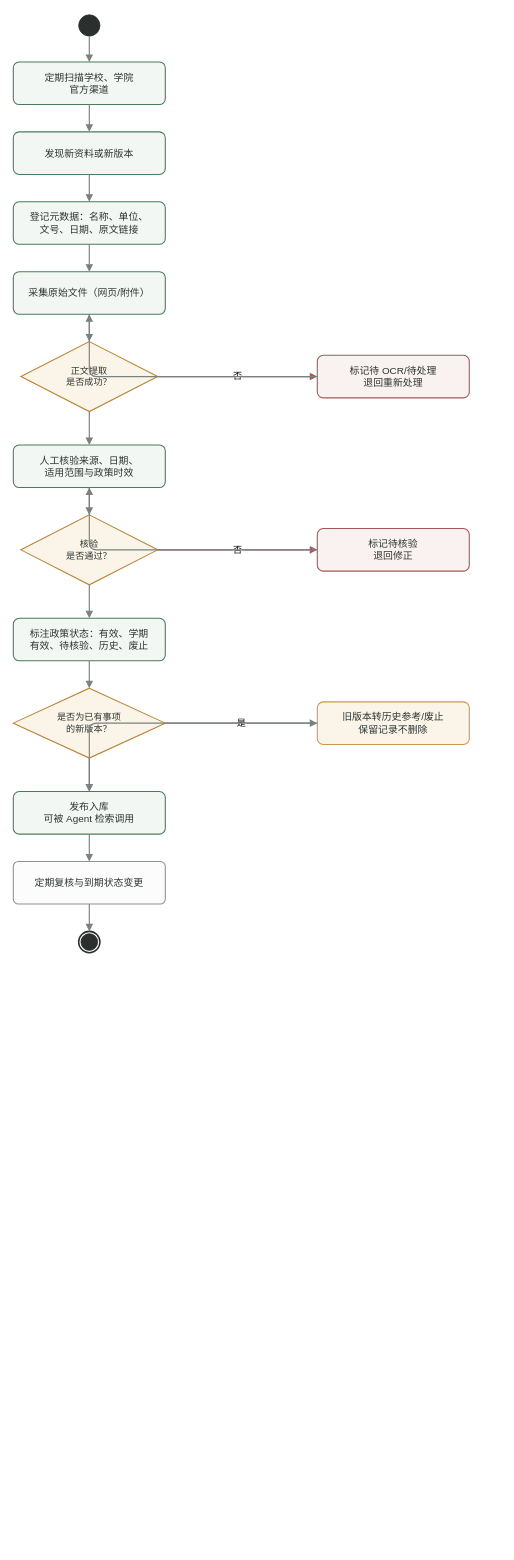
yz-Yezi-Genm/CodeMind-FZU keeps this draw.io diagram as docs/assignment-02/system-design/diagrams/business-process/知识库维护业务流程_v1.drawio. Above is the earlier version. Source tidied: cells renumbered, new cells numbered last; positions are measured from the earlier drawing's top-left corner, leaving out a move shared by most shapes. Both pictures are drawn from the tidied source at 76%, with x=0, y=0 at pixel (13, 14).
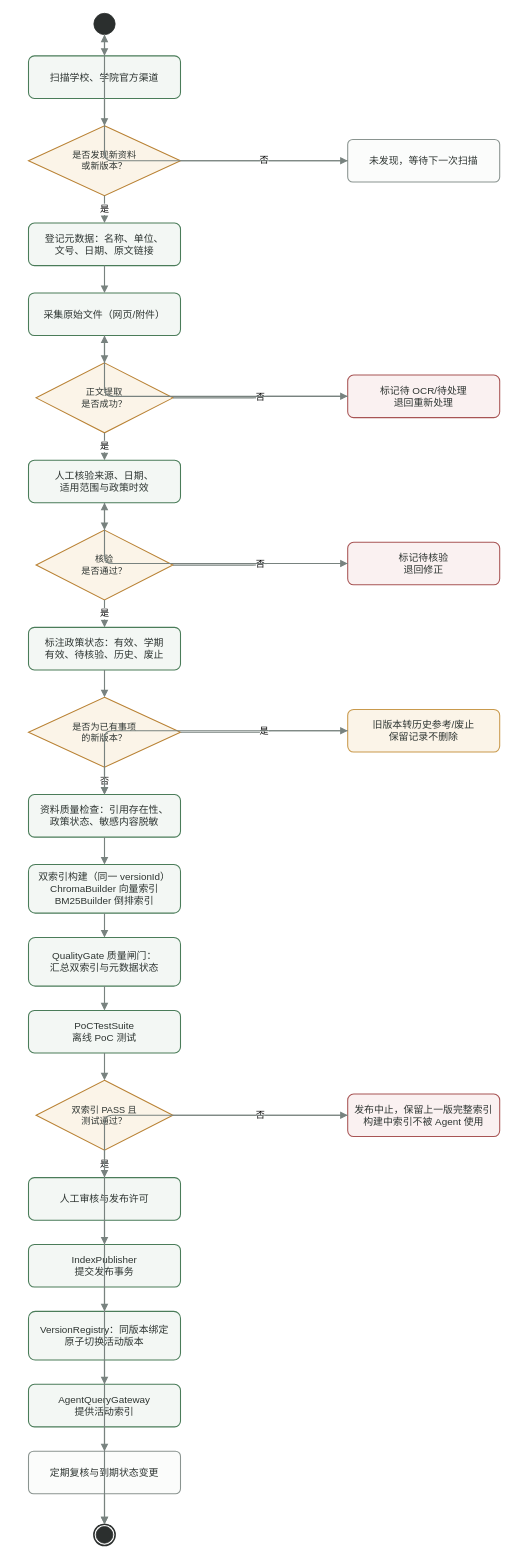
The same page after the edit.

The edit, as a diff of the source:
```diff
@@
     <mxCell id="2" style="ellipse;whiteSpace=wrap;html=1;fillColor=#2b2f2e;strokeColor=#2b2f2e;" parent="1" vertex="1">
-      <mxGeometry x="86" width="28" height="28" as="geometry" />
+      <mxGeometry x="106" y="-2" width="28" height="28" as="geometry" />
     </mxCell>
-    <mxCell id="3" value="定期扫描学校、学院&#10;官方渠道" style="rounded=1;whiteSpace=wrap;html=1;arcSize=14;fillColor=#f3f7f4;strokeColor=#4a7c59;fontColor=#2e3532;fontSize=13;strokeWidth=1.4;" parent="1" vertex="1">
-      <mxGeometry y="62" width="200" height="56" as="geometry" />
+    <mxCell id="3" value="扫描学校、学院官方渠道" style="rounded=1;whiteSpace=wrap;html=1;arcSize=14;fillColor=#f3f7f4;strokeColor=#4a7c59;fontColor=#2e3532;fontSize=13;strokeWidth=1.4;" parent="1" vertex="1">
+      <mxGeometry x="20" y="54" width="200" height="56" as="geometry" />
     </mxCell>
+    <mxCell id="37" value="是否发现新资料&#10;或新版本？" style="rhombus;whiteSpace=wrap;html=1;fillColor=#fbf4e8;strokeColor=#b98234;fontColor=#2e3532;fontSize=12;strokeWidth=1.4;" parent="1" vertex="1">
+      <mxGeometry x="20" y="146" width="200" height="92" as="geometry" />
+    </mxCell>
+    <mxCell id="38" value="未发现，等待下一次扫描" style="rounded=1;whiteSpace=wrap;html=1;arcSize=12;fillColor=#fbfcfb;strokeColor=#8a9490;fontColor=#2e3532;fontSize=13;strokeWidth=1.4;" parent="1" vertex="1">
+      <mxGeometry x="440" y="164" width="200" height="56" as="geometry" />
+    </mxCell>
-    <mxCell id="4" value="发现新资料或新版本" style="rounded=1;whiteSpace=wrap;html=1;arcSize=14;fillColor=#f3f7f4;strokeColor=#4a7c59;fontColor=#2e3532;fontSize=13;strokeWidth=1.4;" parent="1" vertex="1">
-      <mxGeometry y="154" width="200" height="56" as="geometry" />
+    <mxCell id="4" value="登记元数据：名称、单位、&#10;文号、日期、原文链接" style="rounded=1;whiteSpace=wrap;html=1;arcSize=14;fillColor=#f3f7f4;strokeColor=#4a7c59;fontColor=#2e3532;fontSize=13;strokeWidth=1.4;" parent="1" vertex="1">
+      <mxGeometry x="20" y="274" width="200" height="56" as="geometry" />
     </mxCell>
-    <mxCell id="5" value="登记元数据：名称、单位、&#10;文号、日期、原文链接" style="rounded=1;whiteSpace=wrap;html=1;arcSize=14;fillColor=#f3f7f4;strokeColor=#4a7c59;fontColor=#2e3532;fontSize=13;strokeWidth=1.4;" parent="1" vertex="1">
-      <mxGeometry y="246" width="200" height="56" as="geometry" />
+    <mxCell id="5" value="采集原始文件（网页/附件）" style="rounded=1;whiteSpace=wrap;html=1;arcSize=14;fillColor=#f3f7f4;strokeColor=#4a7c59;fontColor=#2e3532;fontSize=13;strokeWidth=1.4;" parent="1" vertex="1">
+      <mxGeometry x="20" y="366" width="200" height="56" as="geometry" />
     </mxCell>
-    <mxCell id="6" value="采集原始文件（网页/附件）" style="rounded=1;whiteSpace=wrap;html=1;arcSize=14;fillColor=#f3f7f4;strokeColor=#4a7c59;fontColor=#2e3532;fontSize=13;strokeWidth=1.4;" parent="1" vertex="1">
-      <mxGeometry y="338" width="200" height="56" as="geometry" />
-    </mxCell>
     <mxCell id="7" value="正文提取&#10;是否成功？" style="rhombus;whiteSpace=wrap;html=1;fillColor=#fbf4e8;strokeColor=#b98234;fontColor=#2e3532;fontSize=12;strokeWidth=1.4;" parent="1" vertex="1">
-      <mxGeometry x="10" y="430" width="180" height="92" as="geometry" />
+      <mxGeometry x="30" y="458" width="180" height="92" as="geometry" />
     </mxCell>
     <mxCell id="8" value="标记待 OCR/待处理&#10;退回重新处理" style="rounded=1;whiteSpace=wrap;html=1;arcSize=14;fillColor=#faf1f1;strokeColor=#a85555;fontColor=#2e3532;fontSize=13;strokeWidth=1.4;" parent="1" vertex="1">
-      <mxGeometry x="400" y="448" width="200" height="56" as="geometry" />
+      <mxGeometry x="440" y="474" width="200" height="56" as="geometry" />
     </mxCell>
     <mxCell id="9" value="人工核验来源、日期、&#10;适用范围与政策时效" style="rounded=1;whiteSpace=wrap;html=1;arcSize=14;fillColor=#f3f7f4;strokeColor=#4a7c59;fontColor=#2e3532;fontSize=13;strokeWidth=1.4;" parent="1" vertex="1">
-      <mxGeometry y="566" width="200" height="56" as="geometry" />
+      <mxGeometry x="20" y="586" width="200" height="56" as="geometry" />
     </mxCell>
     <mxCell id="10" value="核验&#10;是否通过？" style="rhombus;whiteSpace=wrap;html=1;fillColor=#fbf4e8;strokeColor=#b98234;fontColor=#2e3532;fontSize=12;strokeWidth=1.4;" parent="1" vertex="1">
-      <mxGeometry x="10" y="658" width="180" height="92" as="geometry" />
+      <mxGeometry x="30" y="678" width="180" height="92" as="geometry" />
     </mxCell>
     <mxCell id="11" value="标记待核验&#10;退回修正" style="rounded=1;whiteSpace=wrap;html=1;arcSize=14;fillColor=#faf1f1;strokeColor=#a85555;fontColor=#2e3532;fontSize=13;strokeWidth=1.4;" parent="1" vertex="1">
-      <mxGeometry x="400" y="676" width="200" height="56" as="geometry" />
+      <mxGeometry x="440" y="694" width="200" height="56" as="geometry" />
     </mxCell>
     <mxCell id="12" value="标注政策状态：有效、学期&#10;有效、待核验、历史、废止" style="rounded=1;whiteSpace=wrap;html=1;arcSize=14;fillColor=#f3f7f4;strokeColor=#4a7c59;fontColor=#2e3532;fontSize=13;strokeWidth=1.4;" parent="1" vertex="1">
-      <mxGeometry y="794" width="200" height="56" as="geometry" />
+      <mxGeometry x="20" y="806" width="200" height="56" as="geometry" />
     </mxCell>
     <mxCell id="13" value="是否为已有事项&#10;的新版本？" style="rhombus;whiteSpace=wrap;html=1;fillColor=#fbf4e8;strokeColor=#b98234;fontColor=#2e3532;fontSize=12;strokeWidth=1.4;" parent="1" vertex="1">
-      <mxGeometry y="886" width="200" height="92" as="geometry" />
+      <mxGeometry x="20" y="898" width="200" height="92" as="geometry" />
     </mxCell>
     <mxCell id="14" value="旧版本转历史参考/废止&#10;保留记录不删除" style="rounded=1;whiteSpace=wrap;html=1;arcSize=14;fillColor=#fbf4e8;strokeColor=#c99a4d;fontColor=#2e3532;fontSize=13;strokeWidth=1.4;" parent="1" vertex="1">
-      <mxGeometry x="400" y="904" width="200" height="56" as="geometry" />
+      <mxGeometry x="440" y="914" width="200" height="56" as="geometry" />
     </mxCell>
-    <mxCell id="15" value="发布入库&#10;可被 Agent 检索调用" style="rounded=1;whiteSpace=wrap;html=1;arcSize=14;fillColor=#f3f7f4;strokeColor=#4a7c59;fontColor=#2e3532;fontSize=13;strokeWidth=1.4;" parent="1" vertex="1">
-      <mxGeometry y="1022" width="200" height="56" as="geometry" />
+    <mxCell id="15" value="资料质量检查：引用存在性、&#10;政策状态、敏感内容脱敏" style="rounded=1;whiteSpace=wrap;html=1;arcSize=14;fillColor=#f3f7f4;strokeColor=#4a7c59;fontColor=#2e3532;fontSize=13;strokeWidth=1.4;" parent="1" vertex="1">
+      <mxGeometry x="20" y="1026" width="200" height="56" as="geometry" />
     </mxCell>
+    <mxCell id="39" value="双索引构建（同一 versionId）&#10;ChromaBuilder 向量索引&#10;BM25Builder 倒排索引" style="rounded=1;whiteSpace=wrap;html=1;arcSize=14;fillColor=#f3f7f4;strokeColor=#4a7c59;fontColor=#2e3532;fontSize=13;strokeWidth=1.4;" parent="1" vertex="1">
+      <mxGeometry x="20" y="1118" width="200" height="64" as="geometry" />
+    </mxCell>
+    <mxCell id="40" value="QualityGate 质量闸门：&#10;汇总双索引与元数据状态" style="rounded=1;whiteSpace=wrap;html=1;arcSize=14;fillColor=#f3f7f4;strokeColor=#4a7c59;fontColor=#2e3532;fontSize=13;strokeWidth=1.4;" parent="1" vertex="1">
+      <mxGeometry x="20" y="1214" width="200" height="64" as="geometry" />
+    </mxCell>
+    <mxCell id="41" value="PoCTestSuite&#10;离线 PoC 测试" style="rounded=1;whiteSpace=wrap;html=1;arcSize=14;fillColor=#f3f7f4;strokeColor=#4a7c59;fontColor=#2e3532;fontSize=13;strokeWidth=1.4;" parent="1" vertex="1">
+      <mxGeometry x="20" y="1310" width="200" height="56" as="geometry" />
+    </mxCell>
+    <mxCell id="42" value="双索引 PASS 且&#10;测试通过？" style="rhombus;whiteSpace=wrap;html=1;fillColor=#fbf4e8;strokeColor=#b98234;fontColor=#2e3532;fontSize=12;strokeWidth=1.4;" parent="1" vertex="1">
+      <mxGeometry x="30" y="1402" width="180" height="92" as="geometry" />
+    </mxCell>
+    <mxCell id="43" value="发布中止，保留上一版完整索引&#10;构建中索引不被 Agent 使用" style="rounded=1;whiteSpace=wrap;html=1;arcSize=14;fillColor=#faf1f1;strokeColor=#a85555;fontColor=#2e3532;fontSize=13;strokeWidth=1.4;" parent="1" vertex="1">
+      <mxGeometry x="440" y="1420" width="200" height="56" as="geometry" />
+    </mxCell>
+    <mxCell id="44" value="人工审核与发布许可" style="rounded=1;whiteSpace=wrap;html=1;arcSize=14;fillColor=#f3f7f4;strokeColor=#4a7c59;fontColor=#2e3532;fontSize=13;strokeWidth=1.4;" parent="1" vertex="1">
+      <mxGeometry x="20" y="1530" width="200" height="56" as="geometry" />
+    </mxCell>
+    <mxCell id="45" value="IndexPublisher&#10;提交发布事务" style="rounded=1;whiteSpace=wrap;html=1;arcSize=14;fillColor=#f3f7f4;strokeColor=#4a7c59;fontColor=#2e3532;fontSize=13;strokeWidth=1.4;" parent="1" vertex="1">
+      <mxGeometry x="20" y="1618" width="200" height="56" as="geometry" />
+    </mxCell>
+    <mxCell id="46" value="VersionRegistry：同版本绑定&#10;原子切换活动版本" style="rounded=1;whiteSpace=wrap;html=1;arcSize=14;fillColor=#f3f7f4;strokeColor=#4a7c59;fontColor=#2e3532;fontSize=13;strokeWidth=1.4;" parent="1" vertex="1">
+      <mxGeometry x="20" y="1706" width="200" height="64" as="geometry" />
+    </mxCell>
+    <mxCell id="47" value="AgentQueryGateway&#10;提供活动索引" style="rounded=1;whiteSpace=wrap;html=1;arcSize=14;fillColor=#f3f7f4;strokeColor=#4a7c59;fontColor=#2e3532;fontSize=13;strokeWidth=1.4;" parent="1" vertex="1">
+      <mxGeometry x="20" y="1802" width="200" height="56" as="geometry" />
+    </mxCell>
     <mxCell id="16" value="定期复核与到期状态变更" style="rounded=1;whiteSpace=wrap;html=1;arcSize=12;fillColor=#fbfcfb;strokeColor=#8a9490;fontColor=#2e3532;fontSize=13;strokeWidth=1.4;" parent="1" vertex="1">
-      <mxGeometry y="1114" width="200" height="56" as="geometry" />
+      <mxGeometry x="20" y="1890" width="200" height="56" as="geometry" />
     </mxCell>
     <mxCell id="17" style="ellipse;whiteSpace=wrap;html=1;fillColor=#ffffff;strokeColor=#2b2f2e;strokeWidth=2;" parent="1" vertex="1">
-      <mxGeometry x="86" y="1206" width="28" height="28" as="geometry" />
+      <mxGeometry x="106" y="1986" width="28" height="28" as="geometry" />
     </mxCell>
     <mxCell id="18" style="ellipse;whiteSpace=wrap;html=1;fillColor=#2b2f2e;strokeColor=#2b2f2e;" parent="1" vertex="1">
-      <mxGeometry x="89" y="1209" width="22" height="22" as="geometry" />
+      <mxGeometry x="109" y="1989" width="22" height="22" as="geometry" />
     </mxCell>
@@
-    <mxCell id="20" style="edgeStyle=orthogonalEdgeStyle;rounded=1;jettySize=auto;html=1;strokeColor=#78827f;strokeWidth=1.5;dashed=0;endArrow=block;endFill=1;fontSize=12;labelBackgroundColor=#ffffff;" parent="1" edge="1" source="3" target="4">
+    <mxCell id="20" style="edgeStyle=orthogonalEdgeStyle;rounded=1;jettySize=auto;html=1;strokeColor=#78827f;strokeWidth=1.5;dashed=0;endArrow=block;endFill=1;fontSize=12;labelBackgroundColor=#ffffff;" parent="1" edge="1" source="3" target="37">
       <mxGeometry relative="1" as="geometry" />
     </mxCell>
-    <mxCell id="21" style="edgeStyle=orthogonalEdgeStyle;rounded=1;jettySize=auto;html=1;strokeColor=#78827f;strokeWidth=1.5;dashed=0;endArrow=block;endFill=1;fontSize=12;labelBackgroundColor=#ffffff;" parent="1" edge="1" source="4" target="5">
+    <mxCell id="21" value="否" style="edgeStyle=orthogonalEdgeStyle;rounded=1;jettySize=auto;html=1;strokeColor=#78827f;strokeWidth=1.5;dashed=0;endArrow=block;endFill=1;fontSize=12;labelBackgroundColor=#ffffff;" parent="1" edge="1" source="37" target="38">
       <mxGeometry relative="1" as="geometry" />
     </mxCell>
-    <mxCell id="22" style="edgeStyle=orthogonalEdgeStyle;rounded=1;jettySize=auto;html=1;strokeColor=#78827f;strokeWidth=1.5;dashed=0;endArrow=block;endFill=1;fontSize=12;labelBackgroundColor=#ffffff;" parent="1" edge="1" source="5" target="6">
+    <mxCell id="22" style="edgeStyle=orthogonalEdgeStyle;rounded=1;jettySize=auto;html=1;strokeColor=#78827f;strokeWidth=1.5;dashed=0;endArrow=block;endFill=1;fontSize=12;labelBackgroundColor=#ffffff;" parent="1" edge="1" source="38" target="2">
       <mxGeometry relative="1" as="geometry" />
     </mxCell>
-    <mxCell id="23" style="edgeStyle=orthogonalEdgeStyle;rounded=1;jettySize=auto;html=1;strokeColor=#78827f;strokeWidth=1.5;dashed=0;endArrow=block;endFill=1;fontSize=12;labelBackgroundColor=#ffffff;" parent="1" edge="1" source="6" target="7">
+    <mxCell id="23" value="是" style="edgeStyle=orthogonalEdgeStyle;rounded=1;jettySize=auto;html=1;strokeColor=#78827f;strokeWidth=1.5;dashed=0;endArrow=block;endFill=1;fontSize=12;labelBackgroundColor=#ffffff;" parent="1" edge="1" source="37" target="4">
       <mxGeometry relative="1" as="geometry" />
     </mxCell>
-    <mxCell id="24" value="否" style="edgeStyle=orthogonalEdgeStyle;rounded=1;jettySize=auto;html=1;strokeColor=#a85555;strokeWidth=1.5;dashed=0;endArrow=block;endFill=1;fontSize=12;labelBackgroundColor=#ffffff;" parent="1" edge="1" source="7" target="8">
+    <mxCell id="24" style="edgeStyle=orthogonalEdgeStyle;rounded=1;jettySize=auto;html=1;strokeColor=#78827f;strokeWidth=1.5;dashed=0;endArrow=block;endFill=1;fontSize=12;labelBackgroundColor=#ffffff;" parent="1" edge="1" source="4" target="5">
       <mxGeometry relative="1" as="geometry" />
     </mxCell>
-    <mxCell id="25" style="edgeStyle=orthogonalEdgeStyle;rounded=1;jettySize=auto;html=1;strokeColor=#78827f;strokeWidth=1.5;dashed=0;endArrow=block;endFill=1;fontSize=12;labelBackgroundColor=#ffffff;" parent="1" edge="1" source="8" target="6">
+    <mxCell id="25" style="edgeStyle=orthogonalEdgeStyle;rounded=1;jettySize=auto;html=1;strokeColor=#78827f;strokeWidth=1.5;dashed=0;endArrow=block;endFill=1;fontSize=12;labelBackgroundColor=#ffffff;" parent="1" edge="1" source="5" target="7">
       <mxGeometry relative="1" as="geometry" />
     </mxCell>
-    <mxCell id="26" style="edgeStyle=orthogonalEdgeStyle;rounded=1;jettySize=auto;html=1;strokeColor=#78827f;strokeWidth=1.5;dashed=0;endArrow=block;endFill=1;fontSize=12;labelBackgroundColor=#ffffff;" parent="1" edge="1" source="7" target="9">
+    <mxCell id="26" value="否" style="edgeStyle=orthogonalEdgeStyle;rounded=1;jettySize=auto;html=1;strokeColor=#78827f;strokeWidth=1.5;dashed=0;endArrow=block;endFill=1;fontSize=12;labelBackgroundColor=#ffffff;" parent="1" edge="1" source="7" target="8">
       <mxGeometry relative="1" as="geometry" />
     </mxCell>
-    <mxCell id="27" style="edgeStyle=orthogonalEdgeStyle;rounded=1;jettySize=auto;html=1;strokeColor=#78827f;strokeWidth=1.5;dashed=0;endArrow=block;endFill=1;fontSize=12;labelBackgroundColor=#ffffff;" parent="1" edge="1" source="9" target="10">
+    <mxCell id="27" style="edgeStyle=orthogonalEdgeStyle;rounded=1;jettySize=auto;html=1;strokeColor=#78827f;strokeWidth=1.5;dashed=0;endArrow=block;endFill=1;fontSize=12;labelBackgroundColor=#ffffff;" parent="1" edge="1" source="8" target="5">
       <mxGeometry relative="1" as="geometry" />
     </mxCell>
-    <mxCell id="28" value="否" style="edgeStyle=orthogonalEdgeStyle;rounded=1;jettySize=auto;html=1;strokeColor=#a85555;strokeWidth=1.5;dashed=0;endArrow=block;endFill=1;fontSize=12;labelBackgroundColor=#ffffff;" parent="1" edge="1" source="10" target="11">
+    <mxCell id="28" value="是" style="edgeStyle=orthogonalEdgeStyle;rounded=1;jettySize=auto;html=1;strokeColor=#78827f;strokeWidth=1.5;dashed=0;endArrow=block;endFill=1;fontSize=12;labelBackgroundColor=#ffffff;" parent="1" edge="1" source="7" target="9">
       <mxGeometry relative="1" as="geometry" />
     </mxCell>
-    <mxCell id="29" style="edgeStyle=orthogonalEdgeStyle;rounded=1;jettySize=auto;html=1;strokeColor=#78827f;strokeWidth=1.5;dashed=0;endArrow=block;endFill=1;fontSize=12;labelBackgroundColor=#ffffff;" parent="1" edge="1" source="11" target="9">
+    <mxCell id="29" style="edgeStyle=orthogonalEdgeStyle;rounded=1;jettySize=auto;html=1;strokeColor=#78827f;strokeWidth=1.5;dashed=0;endArrow=block;endFill=1;fontSize=12;labelBackgroundColor=#ffffff;" parent="1" edge="1" source="9" target="10">
       <mxGeometry relative="1" as="geometry" />
     </mxCell>
-    <mxCell id="30" style="edgeStyle=orthogonalEdgeStyle;rounded=1;jettySize=auto;html=1;strokeColor=#78827f;strokeWidth=1.5;dashed=0;endArrow=block;endFill=1;fontSize=12;labelBackgroundColor=#ffffff;" parent="1" edge="1" source="10" target="12">
+    <mxCell id="30" value="否" style="edgeStyle=orthogonalEdgeStyle;rounded=1;jettySize=auto;html=1;strokeColor=#78827f;strokeWidth=1.5;dashed=0;endArrow=block;endFill=1;fontSize=12;labelBackgroundColor=#ffffff;" parent="1" edge="1" source="10" target="11">
       <mxGeometry relative="1" as="geometry" />
     </mxCell>
-    <mxCell id="31" style="edgeStyle=orthogonalEdgeStyle;rounded=1;jettySize=auto;html=1;strokeColor=#78827f;strokeWidth=1.5;dashed=0;endArrow=block;endFill=1;fontSize=12;labelBackgroundColor=#ffffff;" parent="1" edge="1" source="12" target="13">
+    <mxCell id="31" style="edgeStyle=orthogonalEdgeStyle;rounded=1;jettySize=auto;html=1;strokeColor=#78827f;strokeWidth=1.5;dashed=0;endArrow=block;endFill=1;fontSize=12;labelBackgroundColor=#ffffff;" parent="1" edge="1" source="11" target="9">
       <mxGeometry relative="1" as="geometry" />
     </mxCell>
-    <mxCell id="32" value="是" style="edgeStyle=orthogonalEdgeStyle;rounded=1;jettySize=auto;html=1;strokeColor=#78827f;strokeWidth=1.5;dashed=0;endArrow=block;endFill=1;fontSize=12;labelBackgroundColor=#ffffff;" parent="1" edge="1" source="13" target="14">
+    <mxCell id="32" value="是" style="edgeStyle=orthogonalEdgeStyle;rounded=1;jettySize=auto;html=1;strokeColor=#78827f;strokeWidth=1.5;dashed=0;endArrow=block;endFill=1;fontSize=12;labelBackgroundColor=#ffffff;" parent="1" edge="1" source="10" target="12">
       <mxGeometry relative="1" as="geometry" />
     </mxCell>
-    <mxCell id="33" style="edgeStyle=orthogonalEdgeStyle;rounded=1;jettySize=auto;html=1;strokeColor=#78827f;strokeWidth=1.5;dashed=0;endArrow=block;endFill=1;fontSize=12;labelBackgroundColor=#ffffff;" parent="1" edge="1" source="13" target="15">
+    <mxCell id="33" style="edgeStyle=orthogonalEdgeStyle;rounded=1;jettySize=auto;html=1;strokeColor=#78827f;strokeWidth=1.5;dashed=0;endArrow=block;endFill=1;fontSize=12;labelBackgroundColor=#ffffff;" parent="1" edge="1" source="12" target="13">
       <mxGeometry relative="1" as="geometry" />
     </mxCell>
-    <mxCell id="34" style="edgeStyle=orthogonalEdgeStyle;rounded=1;jettySize=auto;html=1;strokeColor=#78827f;strokeWidth=1.5;dashed=0;endArrow=block;endFill=1;fontSize=12;labelBackgroundColor=#ffffff;" parent="1" edge="1" source="14" target="15">
+    <mxCell id="34" value="是" style="edgeStyle=orthogonalEdgeStyle;rounded=1;jettySize=auto;html=1;strokeColor=#78827f;strokeWidth=1.5;dashed=0;endArrow=block;endFill=1;fontSize=12;labelBackgroundColor=#ffffff;" parent="1" edge="1" source="13" target="14">
       <mxGeometry relative="1" as="geometry" />
     </mxCell>
-    <mxCell id="35" style="edgeStyle=orthogonalEdgeStyle;rounded=1;jettySize=auto;html=1;strokeColor=#78827f;strokeWidth=1.5;dashed=0;endArrow=block;endFill=1;fontSize=12;labelBackgroundColor=#ffffff;" parent="1" edge="1" source="15" target="16">
+    <mxCell id="35" value="否" style="edgeStyle=orthogonalEdgeStyle;rounded=1;jettySize=auto;html=1;strokeColor=#78827f;strokeWidth=1.5;dashed=0;endArrow=block;endFill=1;fontSize=12;labelBackgroundColor=#ffffff;" parent="1" edge="1" source="13" target="15">
       <mxGeometry relative="1" as="geometry" />
     </mxCell>
-    <mxCell id="36" style="edgeStyle=orthogonalEdgeStyle;rounded=1;jettySize=auto;html=1;strokeColor=#78827f;strokeWidth=1.5;dashed=0;endArrow=block;endFill=1;fontSize=12;labelBackgroundColor=#ffffff;" parent="1" edge="1" source="16" target="17">
+    <mxCell id="36" style="edgeStyle=orthogonalEdgeStyle;rounded=1;jettySize=auto;html=1;strokeColor=#78827f;strokeWidth=1.5;dashed=0;endArrow=block;endFill=1;fontSize=12;labelBackgroundColor=#ffffff;" parent="1" edge="1" source="14" target="15">
       <mxGeometry relative="1" as="geometry" />
     </mxCell>
+    <mxCell id="48" style="edgeStyle=orthogonalEdgeStyle;rounded=1;jettySize=auto;html=1;strokeColor=#78827f;strokeWidth=1.5;dashed=0;endArrow=block;endFill=1;fontSize=12;labelBackgroundColor=#ffffff;" parent="1" edge="1" source="15" target="39">
+      <mxGeometry relative="1" as="geometry" />
+    </mxCell>
+    <mxCell id="49" style="edgeStyle=orthogonalEdgeStyle;rounded=1;jettySize=auto;html=1;strokeColor=#78827f;strokeWidth=1.5;dashed=0;endArrow=block;endFill=1;fontSize=12;labelBackgroundColor=#ffffff;" parent="1" edge="1" source="39" target="40">
+      <mxGeometry relative="1" as="geometry" />
+    </mxCell>
+    <mxCell id="50" style="edgeStyle=orthogonalEdgeStyle;rounded=1;jettySize=auto;html=1;strokeColor=#78827f;strokeWidth=1.5;dashed=0;endArrow=block;endFill=1;fontSize=12;labelBackgroundColor=#ffffff;" parent="1" edge="1" source="40" target="41">
+      <mxGeometry relative="1" as="geometry" />
+    </mxCell>
+    <mxCell id="51" style="edgeStyle=orthogonalEdgeStyle;rounded=1;jettySize=auto;html=1;strokeColor=#78827f;strokeWidth=1.5;dashed=0;endArrow=block;endFill=1;fontSize=12;labelBackgroundColor=#ffffff;" parent="1" edge="1" source="41" target="42">
+      <mxGeometry relative="1" as="geometry" />
+    </mxCell>
+    <mxCell id="52" value="是" style="edgeStyle=orthogonalEdgeStyle;rounded=1;jettySize=auto;html=1;strokeColor=#78827f;strokeWidth=1.5;dashed=0;endArrow=block;endFill=1;fontSize=12;labelBackgroundColor=#ffffff;" parent="1" edge="1" source="42" target="44">
+      <mxGeometry relative="1" as="geometry" />
+    </mxCell>
+    <mxCell id="53" value="否" style="edgeStyle=orthogonalEdgeStyle;rounded=1;jettySize=auto;html=1;strokeColor=#78827f;strokeWidth=1.5;dashed=0;endArrow=block;endFill=1;fontSize=12;labelBackgroundColor=#ffffff;" parent="1" edge="1" source="42" target="43">
+      <mxGeometry relative="1" as="geometry" />
+    </mxCell>
+    <mxCell id="54" style="edgeStyle=orthogonalEdgeStyle;rounded=1;jettySize=auto;html=1;strokeColor=#78827f;strokeWidth=1.5;dashed=0;endArrow=block;endFill=1;fontSize=12;labelBackgroundColor=#ffffff;" parent="1" edge="1" source="43" target="17">
+      <mxGeometry relative="1" as="geometry" />
+    </mxCell>
+    <mxCell id="55" style="edgeStyle=orthogonalEdgeStyle;rounded=1;jettySize=auto;html=1;strokeColor=#78827f;strokeWidth=1.5;dashed=0;endArrow=block;endFill=1;fontSize=12;labelBackgroundColor=#ffffff;" parent="1" edge="1" source="44" target="45">
+      <mxGeometry relative="1" as="geometry" />
+    </mxCell>
+    <mxCell id="56" style="edgeStyle=orthogonalEdgeStyle;rounded=1;jettySize=auto;html=1;strokeColor=#78827f;strokeWidth=1.5;dashed=0;endArrow=block;endFill=1;fontSize=12;labelBackgroundColor=#ffffff;" parent="1" edge="1" source="45" target="46">
+      <mxGeometry relative="1" as="geometry" />
+    </mxCell>
+    <mxCell id="57" style="edgeStyle=orthogonalEdgeStyle;rounded=1;jettySize=auto;html=1;strokeColor=#78827f;strokeWidth=1.5;dashed=0;endArrow=block;endFill=1;fontSize=12;labelBackgroundColor=#ffffff;" parent="1" edge="1" source="46" target="47">
+      <mxGeometry relative="1" as="geometry" />
+    </mxCell>
+    <mxCell id="58" style="edgeStyle=orthogonalEdgeStyle;rounded=1;jettySize=auto;html=1;strokeColor=#78827f;strokeWidth=1.5;dashed=0;endArrow=block;endFill=1;fontSize=12;labelBackgroundColor=#ffffff;" parent="1" edge="1" source="47" target="16">
+      <mxGeometry relative="1" as="geometry" />
+    </mxCell>
+    <mxCell id="59" style="edgeStyle=orthogonalEdgeStyle;rounded=1;jettySize=auto;html=1;strokeColor=#78827f;strokeWidth=1.5;dashed=0;endArrow=block;endFill=1;fontSize=12;labelBackgroundColor=#ffffff;" parent="1" edge="1" source="16" target="17">
+      <mxGeometry relative="1" as="geometry" />
+    </mxCell>
```
